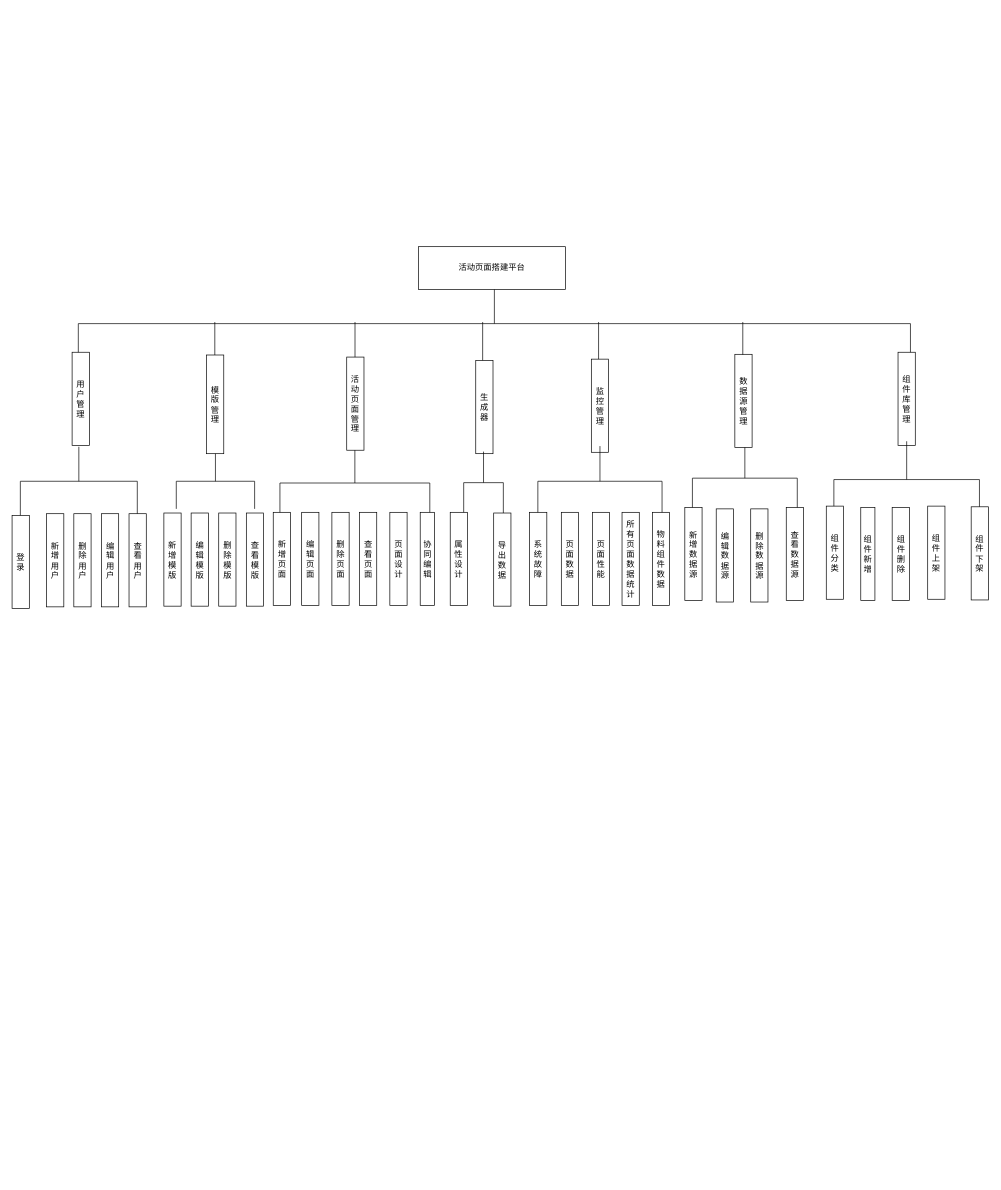
Earlier version of the draw.io diagram 第四章结构图.drawio (yuxinyu12345/diagrams). Source tidied: cells renumbered, new cells numbered last; positions are measured from the earlier drawing's top-left corner, leaving out a move shared by most shapes. Both pictures are drawn from the tidied source at 69%, with x=0, y=0 at pixel (12, 246).
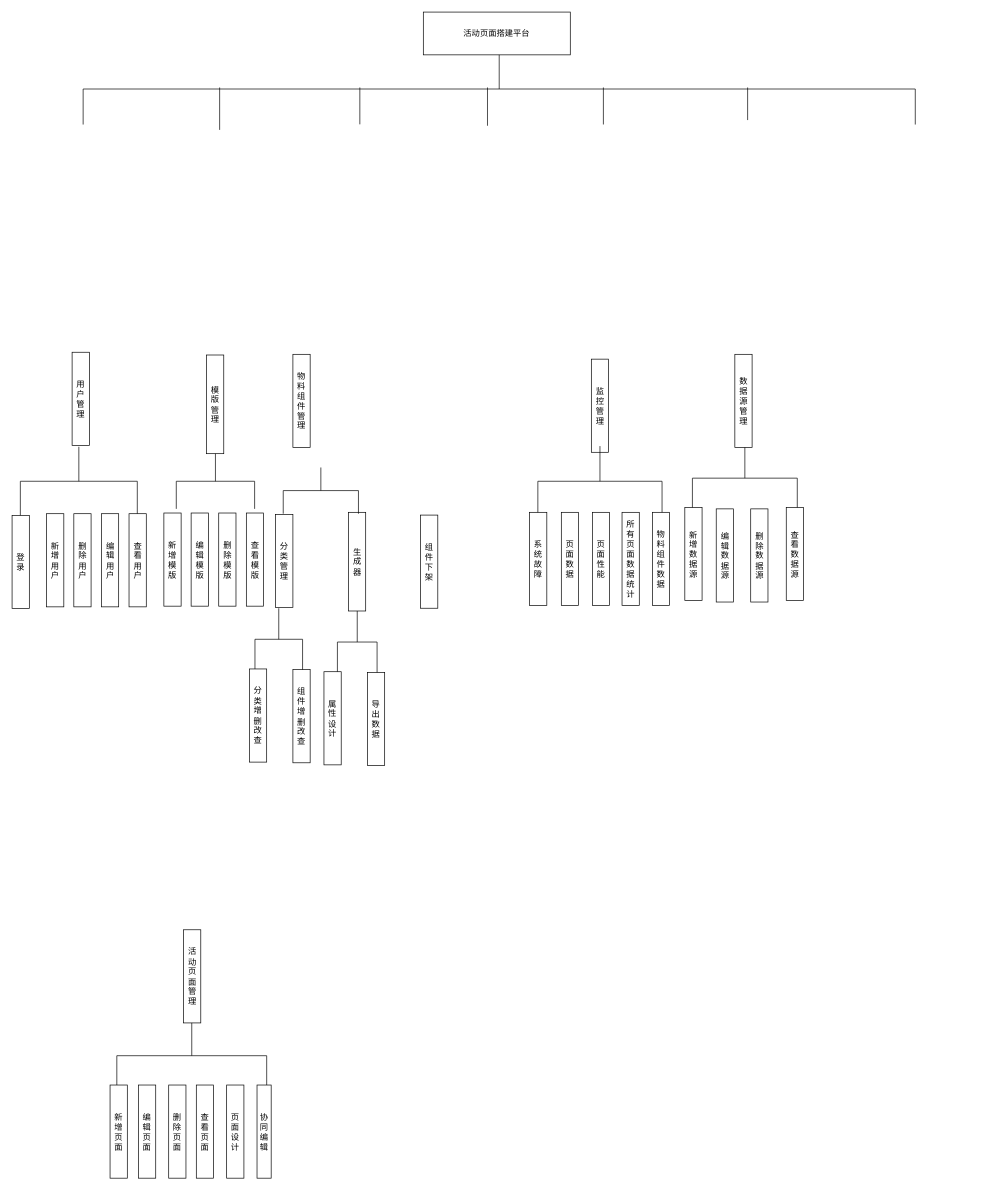
The same page after the edit.

Commit message:
更新第四章结构图.drawio

What changed in the source:
```diff
@@
     <mxCell id="2" style="strokeWidth=1;html=1;shape=mxgraph.flowchart.annotation_2;align=left;labelPosition=right;rotation=0;direction=south;" parent="1" vertex="1">
-      <mxGeometry x="96" y="60" width="1206" height="103" as="geometry" />
+      <mxGeometry x="103" y="-280" width="1206" height="103" as="geometry" />
     </mxCell>
     <mxCell id="3" value="&lt;font style=&quot;font-size: 12px;&quot;&gt;活动页面搭建平台&lt;/font&gt;" style="rounded=0;whiteSpace=wrap;html=1;" parent="1" vertex="1">
-      <mxGeometry x="589" width="213" height="62" as="geometry" />
+      <mxGeometry x="596" y="-340" width="213" height="62" as="geometry" />
     </mxCell>
@@
     <mxCell id="6" style="shape=partialRectangle;whiteSpace=wrap;html=1;right=0;top=0;bottom=0;fillColor=none;routingCenterX=-0.5;" parent="1" vertex="1">
-      <mxGeometry x="293.8" y="110" width="120" height="60" as="geometry" />
+      <mxGeometry x="300.8" y="-230" width="120" height="60" as="geometry" />
     </mxCell>
@@
     <mxCell id="8" style="shape=partialRectangle;whiteSpace=wrap;html=1;right=0;top=0;bottom=0;fillColor=none;routingCenterX=-0.5;" parent="1" vertex="1">
-      <mxGeometry x="497" y="110" width="120" height="52" as="geometry" />
+      <mxGeometry x="504" y="-230" width="120" height="52" as="geometry" />
     </mxCell>
     <mxCell id="9" value="活动页面管理" style="rounded=0;whiteSpace=wrap;html=1;direction=south;" parent="1" vertex="1">
-      <mxGeometry x="485" y="160" width="25" height="135" as="geometry" />
+      <mxGeometry x="248.5" y="990" width="25" height="135" as="geometry" />
     </mxCell>
     <mxCell id="10" value="生成器" style="rounded=0;whiteSpace=wrap;html=1;direction=south;" parent="1" vertex="1">
-      <mxGeometry x="672" y="165" width="25" height="135" as="geometry" />
+      <mxGeometry x="487.5" y="385" width="25" height="143" as="geometry" />
     </mxCell>
@@
     <mxCell id="22" style="strokeWidth=1;html=1;shape=mxgraph.flowchart.annotation_2;align=left;labelPosition=right;direction=south;" parent="1" vertex="1">
-      <mxGeometry x="388.2" y="295" width="217.2" height="95" as="geometry" />
+      <mxGeometry x="151.8" y="1125" width="217.2" height="95" as="geometry" />
     </mxCell>
     <mxCell id="23" value="新增页面" style="rounded=0;whiteSpace=wrap;html=1;direction=south;" parent="1" vertex="1">
-      <mxGeometry x="378.5" y="385" width="25" height="135" as="geometry" />
+      <mxGeometry x="142" y="1215" width="25" height="135" as="geometry" />
     </mxCell>
     <mxCell id="24" value="编辑页面" style="rounded=0;whiteSpace=wrap;html=1;direction=south;" parent="1" vertex="1">
-      <mxGeometry x="419.7" y="385" width="25" height="135" as="geometry" />
+      <mxGeometry x="183.2" y="1215" width="25" height="135" as="geometry" />
     </mxCell>
     <mxCell id="25" value="删除页面" style="rounded=0;whiteSpace=wrap;html=1;direction=south;" parent="1" vertex="1">
-      <mxGeometry x="463.5" y="385" width="25" height="135" as="geometry" />
+      <mxGeometry x="227" y="1215" width="25" height="135" as="geometry" />
     </mxCell>
     <mxCell id="26" value="查看页面" style="rounded=0;whiteSpace=wrap;html=1;direction=south;" parent="1" vertex="1">
-      <mxGeometry x="503.5" y="385" width="25" height="135" as="geometry" />
+      <mxGeometry x="267" y="1215" width="25" height="135" as="geometry" />
     </mxCell>
     <mxCell id="27" value="页面设计" style="rounded=0;whiteSpace=wrap;html=1;direction=south;" parent="1" vertex="1">
-      <mxGeometry x="547.5" y="385" width="25" height="135" as="geometry" />
+      <mxGeometry x="311" y="1215" width="25" height="135" as="geometry" />
     </mxCell>
     <mxCell id="28" value="协同编辑" style="rounded=0;whiteSpace=wrap;html=1;direction=south;" parent="1" vertex="1">
-      <mxGeometry x="591.5" y="385" width="20.5" height="135" as="geometry" />
+      <mxGeometry x="355" y="1215" width="20.5" height="135" as="geometry" />
     </mxCell>
     <mxCell id="29" style="strokeWidth=1;html=1;shape=mxgraph.flowchart.annotation_2;align=left;labelPosition=right;direction=south;" parent="1" vertex="1">
-      <mxGeometry x="654.5" y="297" width="57.5" height="90" as="geometry" />
+      <mxGeometry x="471.5" y="528" width="57.5" height="90" as="geometry" />
     </mxCell>
     <mxCell id="30" value="属性设计" style="rounded=0;whiteSpace=wrap;html=1;direction=south;" parent="1" vertex="1">
-      <mxGeometry x="635" y="385" width="25" height="135" as="geometry" />
+      <mxGeometry x="452" y="616" width="25" height="135" as="geometry" />
     </mxCell>
     <mxCell id="31" value="导出数据" style="rounded=0;whiteSpace=wrap;html=1;direction=south;" parent="1" vertex="1">
-      <mxGeometry x="698" y="386" width="25" height="135" as="geometry" />
+      <mxGeometry x="515" y="617" width="25" height="135" as="geometry" />
     </mxCell>
@@
-    <mxCell id="43" value="组件库管理" style="rounded=0;whiteSpace=wrap;html=1;direction=south;" parent="1" vertex="1">
-      <mxGeometry x="1284" y="153" width="25" height="135" as="geometry" />
+    <mxCell id="43" value="物料组件管理" style="rounded=0;whiteSpace=wrap;html=1;direction=south;" parent="1" vertex="1">
+      <mxGeometry x="407" y="156" width="25" height="135" as="geometry" />
     </mxCell>
     <mxCell id="44" style="strokeWidth=1;html=1;shape=mxgraph.flowchart.annotation_2;align=left;labelPosition=right;direction=south;" parent="1" vertex="1">
-      <mxGeometry x="1191" y="282" width="211" height="111" as="geometry" />
+      <mxGeometry x="393" y="320" width="109" height="67" as="geometry" />
     </mxCell>
-    <mxCell id="45" value="组件分类" style="rounded=0;whiteSpace=wrap;html=1;direction=south;" parent="1" vertex="1">
-      <mxGeometry x="1180" y="376" width="25" height="135" as="geometry" />
+    <mxCell id="45" value="分类管理" style="rounded=0;whiteSpace=wrap;html=1;direction=south;" parent="1" vertex="1">
+      <mxGeometry x="382" y="388" width="25" height="135" as="geometry" />
     </mxCell>
-    <mxCell id="46" value="组件新增" style="rounded=0;whiteSpace=wrap;html=1;direction=south;" parent="1" vertex="1">
-      <mxGeometry x="1230" y="378" width="20.5" height="135" as="geometry" />
-    </mxCell>
-    <mxCell id="47" value="组件删除" style="rounded=0;whiteSpace=wrap;html=1;direction=south;" parent="1" vertex="1">
-      <mxGeometry x="1275.5" y="378" width="25" height="135" as="geometry" />
-    </mxCell>
-    <mxCell id="48" value="组件上架" style="rounded=0;whiteSpace=wrap;html=1;direction=south;" parent="1" vertex="1">
-      <mxGeometry x="1327" y="376" width="25" height="135" as="geometry" />
-    </mxCell>
     <mxCell id="49" value="组件下架" style="rounded=0;whiteSpace=wrap;html=1;direction=south;" parent="1" vertex="1">
-      <mxGeometry x="1390" y="377" width="25" height="135" as="geometry" />
+      <mxGeometry x="592" y="389" width="25" height="135" as="geometry" />
     </mxCell>
@@
     <mxCell id="51" style="shape=partialRectangle;whiteSpace=wrap;html=1;right=0;top=0;bottom=0;fillColor=none;routingCenterX=-0.5;" parent="1" vertex="1">
-      <mxGeometry x="682" y="110" width="120" height="54" as="geometry" />
+      <mxGeometry x="689" y="-230" width="120" height="54" as="geometry" />
     </mxCell>
     <mxCell id="52" style="shape=partialRectangle;whiteSpace=wrap;html=1;right=0;top=0;bottom=0;fillColor=none;routingCenterX=-0.5;" parent="1" vertex="1">
-      <mxGeometry x="850" y="110" width="120" height="52.2" as="geometry" />
+      <mxGeometry x="857" y="-230" width="120" height="52.2" as="geometry" />
     </mxCell>
     <mxCell id="53" style="shape=partialRectangle;whiteSpace=wrap;html=1;right=0;top=0;bottom=0;fillColor=none;routingCenterX=-0.5;" parent="1" vertex="1">
-      <mxGeometry x="1059" y="110" width="120" height="45.8" as="geometry" />
+      <mxGeometry x="1066" y="-230" width="120" height="45.8" as="geometry" />
     </mxCell>
+    <mxCell id="54" style="strokeWidth=1;html=1;shape=mxgraph.flowchart.annotation_2;align=left;labelPosition=right;direction=south;" parent="1" vertex="1">
+      <mxGeometry x="352" y="524" width="69" height="90" as="geometry" />
+    </mxCell>
+    <mxCell id="55" value="分类增删改查" style="rounded=0;whiteSpace=wrap;html=1;direction=south;" parent="1" vertex="1">
+      <mxGeometry x="344" y="612" width="25" height="135" as="geometry" />
+    </mxCell>
+    <mxCell id="56" value="组件增删改查" style="rounded=0;whiteSpace=wrap;html=1;direction=south;" parent="1" vertex="1">
+      <mxGeometry x="407" y="613" width="25" height="135" as="geometry" />
+    </mxCell>
```
